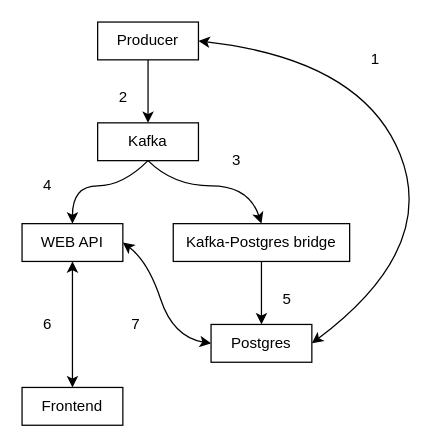
Above: docs/flow.drawio in GreenBlackSky/trade_test (draw.io), before the change. Source tidied: cells renumbered, new cells numbered last; positions are measured from the earlier drawing's top-left corner, leaving out a move shared by most shapes. Both pictures are drawn from the tidied source at 126%, with x=0, y=0 at pixel (21, 21).
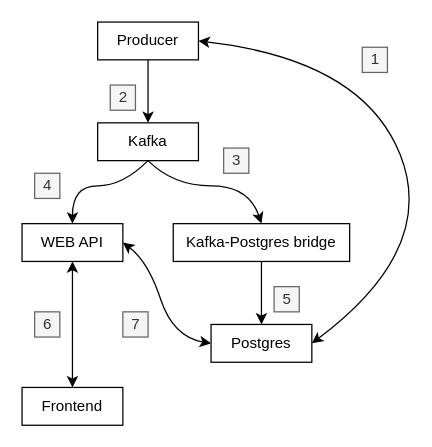
The same page after the edit.

What changed in the source:
```diff
@@
-    <mxCell id="15" value="1" style="text;html=1;align=center;verticalAlign=middle;fillColor=none;strokeColor=none;rounded=0;" parent="1" vertex="1">
+    <mxCell id="15" value="1" style="text;html=1;align=center;verticalAlign=middle;rounded=0;fillColor=#f5f5f5;fontColor=#333333;strokeColor=#666666;" parent="1" vertex="1">
       <mxGeometry x="270" y="20" width="20" height="20" as="geometry" />
     </mxCell>
-    <mxCell id="16" value="2" style="text;html=1;align=center;verticalAlign=middle;fillColor=none;strokeColor=none;rounded=0;" parent="1" vertex="1">
+    <mxCell id="16" value="2" style="text;html=1;align=center;verticalAlign=middle;fillColor=#f5f5f5;strokeColor=#666666;rounded=0;fontColor=#333333;" parent="1" vertex="1">
       <mxGeometry x="70" y="50" width="20" height="20" as="geometry" />
     </mxCell>
-    <mxCell id="17" value="3" style="text;html=1;align=center;verticalAlign=middle;fillColor=none;strokeColor=none;rounded=0;" parent="1" vertex="1">
+    <mxCell id="17" value="3" style="text;html=1;align=center;verticalAlign=middle;fillColor=#f5f5f5;strokeColor=#666666;rounded=0;fontColor=#333333;" parent="1" vertex="1">
       <mxGeometry x="160" y="100" width="20" height="20" as="geometry" />
     </mxCell>
-    <mxCell id="18" value="4" style="text;html=1;align=center;verticalAlign=middle;fillColor=none;strokeColor=none;rounded=0;" parent="1" vertex="1">
+    <mxCell id="18" value="4" style="text;html=1;align=center;verticalAlign=middle;fillColor=#f5f5f5;strokeColor=#666666;rounded=0;fontColor=#333333;" parent="1" vertex="1">
       <mxGeometry x="10" y="120" width="20" height="20" as="geometry" />
     </mxCell>
-    <mxCell id="19" value="5" style="text;html=1;align=center;verticalAlign=middle;fillColor=none;strokeColor=none;rounded=0;" parent="1" vertex="1">
+    <mxCell id="19" value="5" style="text;html=1;align=center;verticalAlign=middle;fillColor=#f5f5f5;strokeColor=#666666;rounded=0;fontColor=#333333;" parent="1" vertex="1">
       <mxGeometry x="200" y="210" width="20" height="20" as="geometry" />
     </mxCell>
-    <mxCell id="20" value="6" style="text;html=1;align=center;verticalAlign=middle;fillColor=none;strokeColor=none;rounded=0;" parent="1" vertex="1">
+    <mxCell id="20" value="6" style="text;html=1;align=center;verticalAlign=middle;fillColor=#f5f5f5;strokeColor=#666666;rounded=0;fontColor=#333333;" parent="1" vertex="1">
       <mxGeometry x="10" y="230" width="20" height="20" as="geometry" />
     </mxCell>
-    <mxCell id="21" value="7" style="text;html=1;align=center;verticalAlign=middle;fillColor=none;strokeColor=none;rounded=0;" parent="1" vertex="1">
+    <mxCell id="21" value="7" style="text;html=1;align=center;verticalAlign=middle;fillColor=#f5f5f5;strokeColor=#666666;rounded=0;fontColor=#333333;" parent="1" vertex="1">
       <mxGeometry x="80" y="230" width="20" height="20" as="geometry" />
     </mxCell>
```
